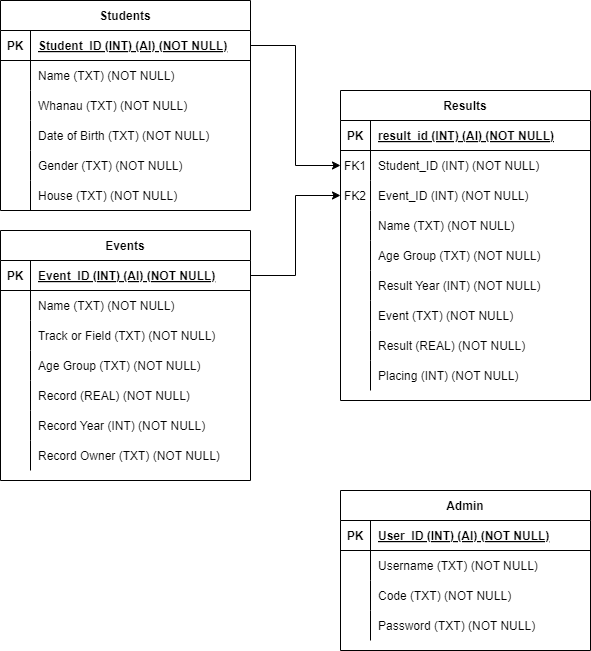
Above: Database Relationship Chart.drawio.png in jackbuttar/y13toylibrary (draw.io), before the change. Source tidied: cells renumbered, new cells last; positions are measured from the earlier drawing's top-left corner, leaving out a move shared by most shapes.
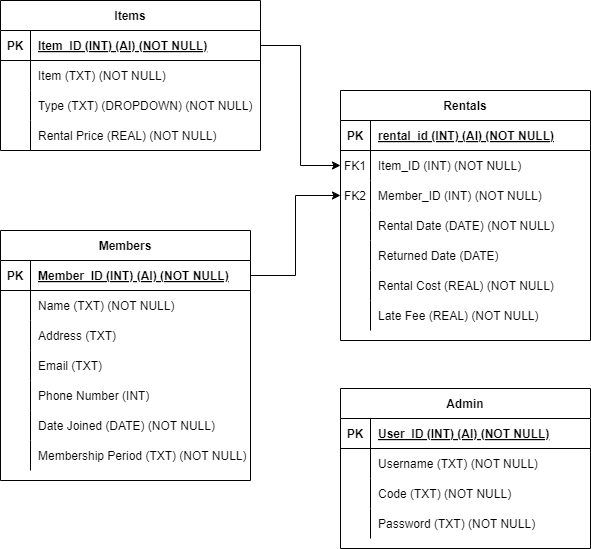
Above is the later version.

Diff of the diagram source:
```diff
@@ -4,10 +4,10 @@
     <mxCell id="1" parent="0" />
     <mxCell id="2" style="edgeStyle=entityRelationEdgeStyle;endArrow=ERzeroToMany;startArrow=ERone;endFill=1;startFill=0;" parent="1" edge="1" target="x">
       <mxGeometry relative="1" as="geometry">
-        <mxPoint x="680" y="145" as="sourcePoint" />
+        <mxPoint x="580" y="-100" as="sourcePoint" />
       </mxGeometry>
     </mxCell>
-    <mxCell id="3" value="Events" style="shape=table;startSize=30;rowLines=0;fontStyle=1;align=center;" parent="1" vertex="1">
+    <mxCell id="3" value="Members" style="shape=table;startSize=30;rowLines=0;fontStyle=1;align=center;" parent="1" vertex="1">
       <mxGeometry y="230" width="250" height="250" as="geometry" />
     </mxCell>
     <mxCell id="4" style="shape=partialRectangle;fillColor=none;points=[[0,0.5],[1,0.5]];portConstraint=eastwest;top=0;left=0;right=0;bottom=1;" parent="3" vertex="1">
@@ -16,7 +16,7 @@
     <mxCell id="5" value="PK" style="shape=partialRectangle;overflow=hidden;fillColor=none;top=0;left=0;bottom=0;right=0;fontStyle=1;" parent="4" vertex="1">
       <mxGeometry width="30" height="30" as="geometry" />
     </mxCell>
-    <mxCell id="6" value="Event_ID (INT) (AI) (NOT NULL)" style="shape=partialRectangle;overflow=hidden;fillColor=none;top=0;left=0;bottom=0;right=0;align=left;spacingLeft=6;fontStyle=5;" parent="4" vertex="1">
+    <mxCell id="6" value="Member_ID (INT) (AI) (NOT NULL)" style="shape=partialRectangle;overflow=hidden;fillColor=none;top=0;left=0;bottom=0;right=0;align=left;spacingLeft=6;fontStyle=5;" parent="4" vertex="1">
       <mxGeometry x="30" width="220" height="30" as="geometry" />
     </mxCell>
     <mxCell id="7" style="shape=partialRectangle;fillColor=none;top=0;left=0;right=0;bottom=0;" parent="3" vertex="1">
@@ -34,7 +34,7 @@
     <mxCell id="11" style="shape=partialRectangle;overflow=hidden;fillColor=none;top=0;left=0;bottom=0;right=0;" parent="10" vertex="1">
       <mxGeometry width="30" height="30" as="geometry" />
     </mxCell>
-    <mxCell id="12" value="Track or Field (TXT) (NOT NULL)" style="shape=partialRectangle;overflow=hidden;fillColor=none;top=0;left=0;bottom=0;right=0;align=left;spacingLeft=6;" parent="10" vertex="1">
+    <mxCell id="12" value="Address (TXT)" style="shape=partialRectangle;overflow=hidden;fillColor=none;top=0;left=0;bottom=0;right=0;align=left;spacingLeft=6;" parent="10" vertex="1">
       <mxGeometry x="30" width="220" height="30" as="geometry" />
     </mxCell>
     <mxCell id="13" style="shape=partialRectangle;fillColor=none;top=0;left=0;right=0;bottom=0;" parent="3" vertex="1">
@@ -43,7 +43,7 @@
     <mxCell id="14" style="shape=partialRectangle;overflow=hidden;fillColor=none;top=0;left=0;bottom=0;right=0;" parent="13" vertex="1">
       <mxGeometry width="30" height="30" as="geometry" />
     </mxCell>
-    <mxCell id="15" value="Age Group (TXT) (NOT NULL)" style="shape=partialRectangle;overflow=hidden;fillColor=none;top=0;left=0;bottom=0;right=0;align=left;spacingLeft=6;" parent="13" vertex="1">
+    <mxCell id="15" value="Email (TXT)" style="shape=partialRectangle;overflow=hidden;fillColor=none;top=0;left=0;bottom=0;right=0;align=left;spacingLeft=6;" parent="13" vertex="1">
       <mxGeometry x="30" width="220" height="30" as="geometry" />
     </mxCell>
     <mxCell id="16" style="shape=partialRectangle;fillColor=none;top=0;left=0;right=0;bottom=0;" parent="3" vertex="1">
@@ -52,7 +52,7 @@
     <mxCell id="17" style="shape=partialRectangle;overflow=hidden;fillColor=none;top=0;left=0;bottom=0;right=0;" parent="16" vertex="1">
       <mxGeometry width="30" height="30" as="geometry" />
     </mxCell>
-    <mxCell id="18" value="Record (REAL) (NOT NULL)" style="shape=partialRectangle;overflow=hidden;fillColor=none;top=0;left=0;bottom=0;right=0;align=left;spacingLeft=6;" parent="16" vertex="1">
+    <mxCell id="18" value="Phone Number (INT)" style="shape=partialRectangle;overflow=hidden;fillColor=none;top=0;left=0;bottom=0;right=0;align=left;spacingLeft=6;" parent="16" vertex="1">
       <mxGeometry x="30" width="220" height="30" as="geometry" />
     </mxCell>
     <mxCell id="19" style="shape=partialRectangle;fillColor=none;top=0;left=0;right=0;bottom=0;" parent="3" vertex="1">
@@ -61,7 +61,7 @@
     <mxCell id="20" style="shape=partialRectangle;overflow=hidden;fillColor=none;top=0;left=0;bottom=0;right=0;" parent="19" vertex="1">
       <mxGeometry width="30" height="30" as="geometry" />
     </mxCell>
-    <mxCell id="21" value="Record Year (INT) (NOT NULL)" style="shape=partialRectangle;overflow=hidden;fillColor=none;top=0;left=0;bottom=0;right=0;align=left;spacingLeft=6;" parent="19" vertex="1">
+    <mxCell id="21" value="Date Joined (DATE) (NOT NULL)" style="shape=partialRectangle;overflow=hidden;fillColor=none;top=0;left=0;bottom=0;right=0;align=left;spacingLeft=6;" parent="19" vertex="1">
       <mxGeometry x="30" width="220" height="30" as="geometry" />
     </mxCell>
     <mxCell id="22" style="shape=partialRectangle;fillColor=none;top=0;left=0;right=0;bottom=0;" parent="3" vertex="1">
@@ -70,11 +70,11 @@
     <mxCell id="23" style="shape=partialRectangle;overflow=hidden;fillColor=none;top=0;left=0;bottom=0;right=0;" parent="22" vertex="1">
       <mxGeometry width="30" height="30" as="geometry" />
     </mxCell>
-    <mxCell id="24" value="Record Owner (TXT) (NOT NULL)" style="shape=partialRectangle;overflow=hidden;fillColor=none;top=0;left=0;bottom=0;right=0;align=left;spacingLeft=6;" parent="22" vertex="1">
+    <mxCell id="24" value="Membership Period (TXT) (NOT NULL)" style="shape=partialRectangle;overflow=hidden;fillColor=none;top=0;left=0;bottom=0;right=0;align=left;spacingLeft=6;" parent="22" vertex="1">
       <mxGeometry x="30" width="220" height="30" as="geometry" />
     </mxCell>
-    <mxCell id="25" value="Results" style="shape=table;startSize=30;rowLines=0;fontStyle=1;align=center;" parent="1" vertex="1">
-      <mxGeometry x="340" y="90" width="250" height="310" as="geometry" />
+    <mxCell id="25" value="Rentals" style="shape=table;startSize=30;rowLines=0;fontStyle=1;align=center;" parent="1" vertex="1">
+      <mxGeometry x="340" y="90" width="250" height="250" as="geometry" />
     </mxCell>
     <mxCell id="26" style="shape=partialRectangle;fillColor=none;top=0;left=0;right=0;bottom=1;" parent="25" vertex="1">
       <mxGeometry y="30" width="250" height="30" as="geometry" />
@@ -82,7 +82,7 @@
     <mxCell id="27" value="PK" style="shape=partialRectangle;overflow=hidden;fillColor=none;top=0;left=0;bottom=0;right=0;fontStyle=1;" parent="26" vertex="1">
       <mxGeometry width="30" height="30" as="geometry" />
     </mxCell>
-    <mxCell id="28" value="result_id (INT) (AI) (NOT NULL)" style="shape=partialRectangle;overflow=hidden;fillColor=none;top=0;left=0;bottom=0;right=0;align=left;spacingLeft=6;fontStyle=5;" parent="26" vertex="1">
+    <mxCell id="28" value="rental_id (INT) (AI) (NOT NULL)" style="shape=partialRectangle;overflow=hidden;fillColor=none;top=0;left=0;bottom=0;right=0;align=left;spacingLeft=6;fontStyle=5;" parent="26" vertex="1">
       <mxGeometry x="30" width="220" height="30" as="geometry" />
     </mxCell>
     <mxCell id="29" style="shape=partialRectangle;fillColor=none;points=[[0,0.5],[1,0.5]];portConstraint=eastwest;top=0;left=0;right=0;bottom=0;" parent="25" vertex="1">
@@ -91,7 +91,7 @@
     <mxCell id="30" value="FK1" style="shape=partialRectangle;overflow=hidden;fillColor=none;top=0;left=0;bottom=0;right=0;" parent="29" vertex="1">
       <mxGeometry width="30" height="30" as="geometry" />
     </mxCell>
-    <mxCell id="31" value="Student_ID (INT) (NOT NULL)" style="shape=partialRectangle;overflow=hidden;fillColor=none;top=0;left=0;bottom=0;right=0;align=left;spacingLeft=6;fontStyle=0;" parent="29" vertex="1">
+    <mxCell id="31" value="Item_ID (INT) (NOT NULL)" style="shape=partialRectangle;overflow=hidden;fillColor=none;top=0;left=0;bottom=0;right=0;align=left;spacingLeft=6;fontStyle=0;" parent="29" vertex="1">
       <mxGeometry x="30" width="220" height="30" as="geometry" />
     </mxCell>
     <mxCell id="32" style="shape=partialRectangle;fillColor=none;points=[[0,0.5],[1,0.5]];portConstraint=eastwest;top=0;left=0;right=0;bottom=0;" parent="25" vertex="1">
@@ -100,7 +100,7 @@
     <mxCell id="33" value="FK2" style="shape=partialRectangle;overflow=hidden;fillColor=none;top=0;left=0;bottom=0;right=0;" parent="32" vertex="1">
       <mxGeometry width="30" height="30" as="geometry" />
     </mxCell>
-    <mxCell id="34" value="Event_ID (INT) (NOT NULL)" style="shape=partialRectangle;overflow=hidden;fillColor=none;top=0;left=0;bottom=0;right=0;align=left;spacingLeft=6;fontStyle=0;" parent="32" vertex="1">
+    <mxCell id="34" value="Member_ID (INT) (NOT NULL)" style="shape=partialRectangle;overflow=hidden;fillColor=none;top=0;left=0;bottom=0;right=0;align=left;spacingLeft=6;fontStyle=0;" parent="32" vertex="1">
       <mxGeometry x="30" width="220" height="30" as="geometry" />
     </mxCell>
     <mxCell id="35" style="shape=partialRectangle;fillColor=none;top=0;left=0;right=0;bottom=0;" parent="25" vertex="1">
@@ -109,7 +109,7 @@
     <mxCell id="36" style="shape=partialRectangle;overflow=hidden;fillColor=none;top=0;left=0;bottom=0;right=0;" parent="35" vertex="1">
       <mxGeometry width="30" height="30" as="geometry" />
     </mxCell>
-    <mxCell id="37" value="Name (TXT) (NOT NULL)" style="shape=partialRectangle;overflow=hidden;fillColor=none;top=0;left=0;bottom=0;right=0;align=left;spacingLeft=6;" parent="35" vertex="1">
+    <mxCell id="37" value="Rental Date (DATE) (NOT NULL)" style="shape=partialRectangle;overflow=hidden;fillColor=none;top=0;left=0;bottom=0;right=0;align=left;spacingLeft=6;" parent="35" vertex="1">
       <mxGeometry x="30" width="220" height="30" as="geometry" />
     </mxCell>
     <mxCell id="38" style="shape=partialRectangle;fillColor=none;top=0;left=0;right=0;bottom=0;" parent="25" vertex="1">
@@ -118,7 +118,7 @@
     <mxCell id="39" style="shape=partialRectangle;overflow=hidden;fillColor=none;top=0;left=0;bottom=0;right=0;" parent="38" vertex="1">
       <mxGeometry width="30" height="30" as="geometry" />
     </mxCell>
-    <mxCell id="40" value="Age Group (TXT) (NOT NULL)" style="shape=partialRectangle;overflow=hidden;fillColor=none;top=0;left=0;bottom=0;right=0;align=left;spacingLeft=6;" parent="38" vertex="1">
+    <mxCell id="40" value="Returned Date (DATE)" style="shape=partialRectangle;overflow=hidden;fillColor=none;top=0;left=0;bottom=0;right=0;align=left;spacingLeft=6;" parent="38" vertex="1">
       <mxGeometry x="30" width="220" height="30" as="geometry" />
     </mxCell>
     <mxCell id="41" style="shape=partialRectangle;fillColor=none;top=0;left=0;right=0;bottom=0;" parent="25" vertex="1">
@@ -127,7 +127,7 @@
     <mxCell id="42" style="shape=partialRectangle;overflow=hidden;fillColor=none;top=0;left=0;bottom=0;right=0;" parent="41" vertex="1">
       <mxGeometry width="30" height="30" as="geometry" />
     </mxCell>
-    <mxCell id="43" value="Result Year (INT) (NOT NULL)" style="shape=partialRectangle;overflow=hidden;fillColor=none;top=0;left=0;bottom=0;right=0;align=left;spacingLeft=6;" parent="41" vertex="1">
+    <mxCell id="43" value="Rental Cost (REAL) (NOT NULL)" style="shape=partialRectangle;overflow=hidden;fillColor=none;top=0;left=0;bottom=0;right=0;align=left;spacingLeft=6;" parent="41" vertex="1">
       <mxGeometry x="30" width="220" height="30" as="geometry" />
     </mxCell>
     <mxCell id="44" style="shape=partialRectangle;fillColor=none;top=0;left=0;right=0;bottom=0;" parent="25" vertex="1">
@@ -136,86 +136,50 @@
     <mxCell id="45" style="shape=partialRectangle;overflow=hidden;fillColor=none;top=0;left=0;bottom=0;right=0;" parent="44" vertex="1">
       <mxGeometry width="30" height="30" as="geometry" />
     </mxCell>
-    <mxCell id="46" value="Event (TXT) (NOT NULL)" style="shape=partialRectangle;overflow=hidden;fillColor=none;top=0;left=0;bottom=0;right=0;align=left;spacingLeft=6;" parent="44" vertex="1">
+    <mxCell id="46" value="Late Fee (REAL) (NOT NULL)" style="shape=partialRectangle;overflow=hidden;fillColor=none;top=0;left=0;bottom=0;right=0;align=left;spacingLeft=6;" parent="44" vertex="1">
       <mxGeometry x="30" width="220" height="30" as="geometry" />
     </mxCell>
-    <mxCell id="47" style="shape=partialRectangle;fillColor=none;top=0;left=0;right=0;bottom=0;" parent="25" vertex="1">
-      <mxGeometry y="240" width="250" height="30" as="geometry" />
-    </mxCell>
-    <mxCell id="48" style="shape=partialRectangle;overflow=hidden;fillColor=none;top=0;left=0;bottom=0;right=0;" parent="47" vertex="1">
-      <mxGeometry width="30" height="30" as="geometry" />
-    </mxCell>
-    <mxCell id="49" value="Result (REAL) (NOT NULL)" style="shape=partialRectangle;overflow=hidden;fillColor=none;top=0;left=0;bottom=0;right=0;align=left;spacingLeft=6;" parent="47" vertex="1">
-      <mxGeometry x="30" width="220" height="30" as="geometry" />
-    </mxCell>
-    <mxCell id="50" style="shape=partialRectangle;fillColor=none;top=0;left=0;right=0;bottom=0;" parent="25" vertex="1">
-      <mxGeometry y="270" width="250" height="30" as="geometry" />
-    </mxCell>
-    <mxCell id="51" style="shape=partialRectangle;overflow=hidden;fillColor=none;top=0;left=0;bottom=0;right=0;" parent="50" vertex="1">
-      <mxGeometry width="30" height="30" as="geometry" />
-    </mxCell>
-    <mxCell id="52" value="Placing (INT) (NOT NULL)" style="shape=partialRectangle;overflow=hidden;fillColor=none;top=0;left=0;bottom=0;right=0;align=left;spacingLeft=6;" parent="50" vertex="1">
-      <mxGeometry x="30" width="220" height="30" as="geometry" />
-    </mxCell>
-    <mxCell id="53" value="Students" style="shape=table;startSize=30;rowLines=0;fontStyle=1;align=center;" parent="1" vertex="1">
-      <mxGeometry width="250" height="210" as="geometry" />
+    <mxCell id="53" value="Items" style="shape=table;startSize=30;rowLines=0;fontStyle=1;align=center;" parent="1" vertex="1">
+      <mxGeometry width="260" height="150" as="geometry" />
     </mxCell>
     <mxCell id="54" style="shape=partialRectangle;fillColor=none;points=[[0,0.5],[1,0.5]];portConstraint=eastwest;top=0;left=0;right=0;bottom=1;" parent="53" vertex="1">
-      <mxGeometry y="30" width="250" height="30" as="geometry" />
+      <mxGeometry y="30" width="260" height="30" as="geometry" />
     </mxCell>
     <mxCell id="55" value="PK" style="shape=partialRectangle;overflow=hidden;fillColor=none;top=0;left=0;bottom=0;right=0;fontStyle=1;" parent="54" vertex="1">
       <mxGeometry width="30" height="30" as="geometry" />
     </mxCell>
-    <mxCell id="56" value="Student_ID (INT) (AI) (NOT NULL)" style="shape=partialRectangle;overflow=hidden;fillColor=none;top=0;left=0;bottom=0;right=0;align=left;spacingLeft=6;fontStyle=5;" parent="54" vertex="1">
-      <mxGeometry x="30" width="220" height="30" as="geometry" />
+    <mxCell id="56" value="Item_ID (INT) (AI) (NOT NULL)" style="shape=partialRectangle;overflow=hidden;fillColor=none;top=0;left=0;bottom=0;right=0;align=left;spacingLeft=6;fontStyle=5;" parent="54" vertex="1">
+      <mxGeometry x="30" width="230" height="30" as="geometry" />
     </mxCell>
     <mxCell id="57" style="shape=partialRectangle;fillColor=none;top=0;left=0;right=0;bottom=0;" parent="53" vertex="1">
-      <mxGeometry y="60" width="250" height="30" as="geometry" />
+      <mxGeometry y="60" width="260" height="30" as="geometry" />
     </mxCell>
     <mxCell id="58" style="shape=partialRectangle;overflow=hidden;fillColor=none;top=0;left=0;bottom=0;right=0;" parent="57" vertex="1">
       <mxGeometry width="30" height="30" as="geometry" />
     </mxCell>
-    <mxCell id="59" value="Name (TXT) (NOT NULL)" style="shape=partialRectangle;overflow=hidden;fillColor=none;top=0;left=0;bottom=0;right=0;align=left;spacingLeft=6;" parent="57" vertex="1">
-      <mxGeometry x="30" width="220" height="30" as="geometry" />
+    <mxCell id="59" value="Item (TXT) (NOT NULL)" style="shape=partialRectangle;overflow=hidden;fillColor=none;top=0;left=0;bottom=0;right=0;align=left;spacingLeft=6;" parent="57" vertex="1">
+      <mxGeometry x="30" width="230" height="30" as="geometry" />
     </mxCell>
     <mxCell id="60" style="shape=partialRectangle;fillColor=none;top=0;left=0;right=0;bottom=0;" parent="53" vertex="1">
-      <mxGeometry y="90" width="250" height="30" as="geometry" />
+      <mxGeometry y="90" width="260" height="30" as="geometry" />
     </mxCell>
     <mxCell id="61" style="shape=partialRectangle;overflow=hidden;fillColor=none;top=0;left=0;bottom=0;right=0;" parent="60" vertex="1">
       <mxGeometry width="30" height="30" as="geometry" />
     </mxCell>
-    <mxCell id="62" value="Whanau (TXT) (NOT NULL)" style="shape=partialRectangle;overflow=hidden;fillColor=none;top=0;left=0;bottom=0;right=0;align=left;spacingLeft=6;" parent="60" vertex="1">
-      <mxGeometry x="30" width="220" height="30" as="geometry" />
+    <mxCell id="62" value="Type (TXT) (DROPDOWN) (NOT NULL)" style="shape=partialRectangle;overflow=hidden;fillColor=none;top=0;left=0;bottom=0;right=0;align=left;spacingLeft=6;" parent="60" vertex="1">
+      <mxGeometry x="30" width="230" height="30" as="geometry" />
     </mxCell>
     <mxCell id="63" style="shape=partialRectangle;fillColor=none;top=0;left=0;right=0;bottom=0;" parent="53" vertex="1">
-      <mxGeometry y="120" width="250" height="30" as="geometry" />
+      <mxGeometry y="120" width="260" height="30" as="geometry" />
     </mxCell>
     <mxCell id="64" style="shape=partialRectangle;overflow=hidden;fillColor=none;top=0;left=0;bottom=0;right=0;" parent="63" vertex="1">
       <mxGeometry width="30" height="30" as="geometry" />
     </mxCell>
-    <mxCell id="65" value="Date of Birth (TXT) (NOT NULL)" style="shape=partialRectangle;overflow=hidden;fillColor=none;top=0;left=0;bottom=0;right=0;align=left;spacingLeft=6;" parent="63" vertex="1">
-      <mxGeometry x="30" width="220" height="30" as="geometry" />
+    <mxCell id="65" value="Rental Price (REAL) (NOT NULL)" style="shape=partialRectangle;overflow=hidden;fillColor=none;top=0;left=0;bottom=0;right=0;align=left;spacingLeft=6;" parent="63" vertex="1">
+      <mxGeometry x="30" width="230" height="30" as="geometry" />
     </mxCell>
-    <mxCell id="66" style="shape=partialRectangle;fillColor=none;top=0;left=0;right=0;bottom=0;" parent="53" vertex="1">
-      <mxGeometry y="150" width="250" height="30" as="geometry" />
-    </mxCell>
-    <mxCell id="67" style="shape=partialRectangle;overflow=hidden;fillColor=none;top=0;left=0;bottom=0;right=0;" parent="66" vertex="1">
-      <mxGeometry width="30" height="30" as="geometry" />
-    </mxCell>
-    <mxCell id="68" value="Gender (TXT) (NOT NULL)" style="shape=partialRectangle;overflow=hidden;fillColor=none;top=0;left=0;bottom=0;right=0;align=left;spacingLeft=6;" parent="66" vertex="1">
-      <mxGeometry x="30" width="220" height="30" as="geometry" />
-    </mxCell>
-    <mxCell id="69" style="shape=partialRectangle;fillColor=none;top=0;left=0;right=0;bottom=0;" parent="53" vertex="1">
-      <mxGeometry y="180" width="250" height="30" as="geometry" />
-    </mxCell>
-    <mxCell id="70" style="shape=partialRectangle;overflow=hidden;fillColor=none;top=0;left=0;bottom=0;right=0;" parent="69" vertex="1">
-      <mxGeometry width="30" height="30" as="geometry" />
-    </mxCell>
-    <mxCell id="71" value="House (TXT) (NOT NULL)" style="shape=partialRectangle;overflow=hidden;fillColor=none;top=0;left=0;bottom=0;right=0;align=left;spacingLeft=6;" parent="69" vertex="1">
-      <mxGeometry x="30" width="220" height="30" as="geometry" />
-    </mxCell>
     <mxCell id="72" value="Admin" style="shape=table;startSize=30;rowLines=0;fontStyle=1;align=center;" parent="1" vertex="1">
-      <mxGeometry x="340" y="490" width="250" height="160" as="geometry" />
+      <mxGeometry x="340" y="388" width="250" height="160" as="geometry" />
     </mxCell>
     <mxCell id="73" style="shape=partialRectangle;fillColor=none;top=0;left=0;right=0;bottom=1;" parent="72" vertex="1">
       <mxGeometry y="30" width="250" height="30" as="geometry" />
```
